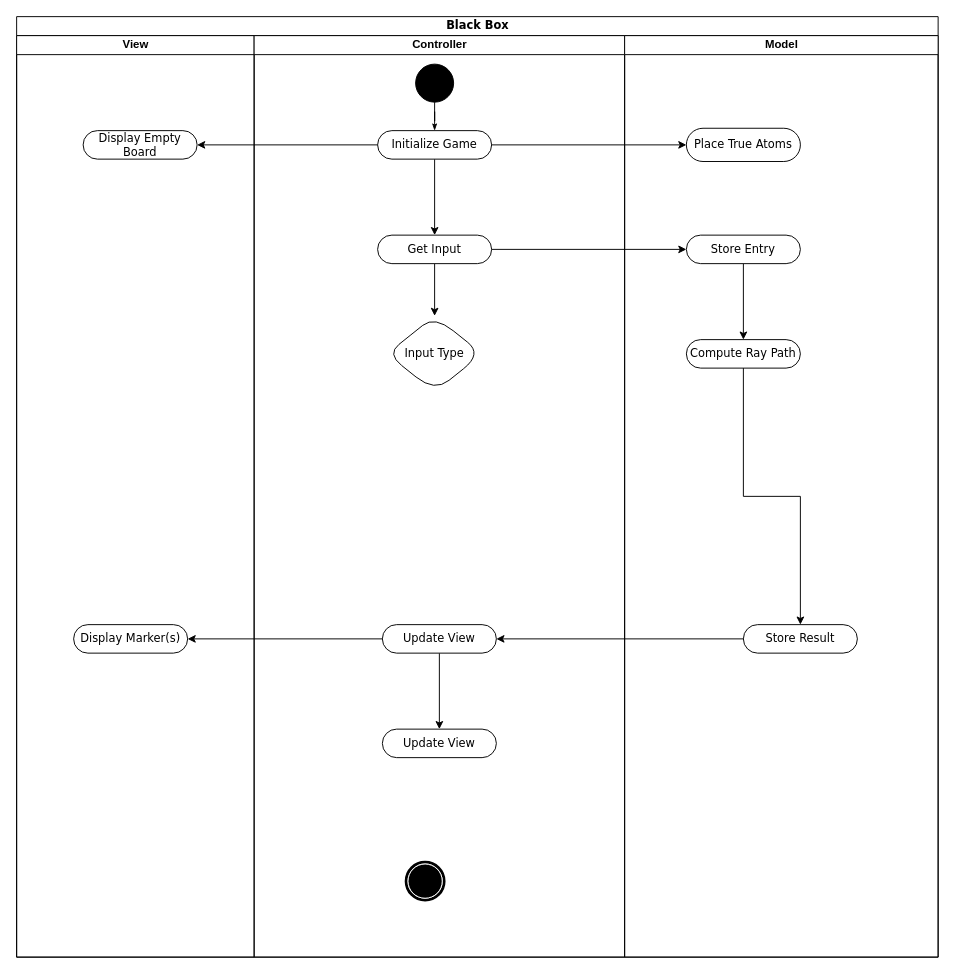
Above: UML-activity-diagram.drawio in Juutar/COMP20050SEP2-1 (draw.io), before the change. Source tidied: cells renumbered, new cells numbered last; positions are measured from the earlier drawing's top-left corner, leaving out a move shared by most shapes. Both pictures are drawn from the tidied source at 95%, with x=0, y=0 at pixel (16, 16).
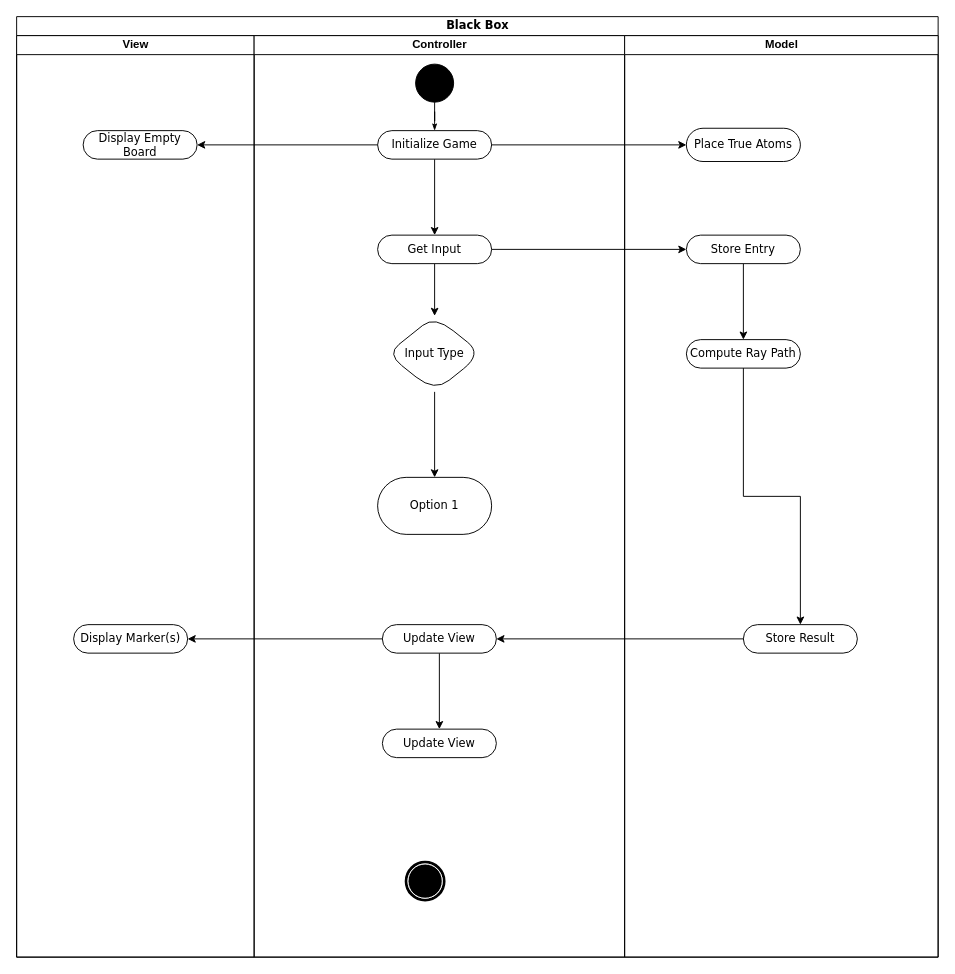
Above is the later version.

The change refers to these unchanged cells:
```xml
<mxCell id="5" value="Controller" style="swimlane;html=1;startSize=20;" parent="2" vertex="1">
  <mxGeometry x="250" y="20" width="390" height="970" as="geometry" />
</mxCell>
<mxCell id="13" value="Input Type" style="rhombus;whiteSpace=wrap;html=1;fontFamily=Verdana;rounded=1;shadow=0;comic=0;labelBackgroundColor=none;strokeWidth=1;arcSize=50;" parent="5" vertex="1">
  <mxGeometry x="140" y="295" width="100" height="80" as="geometry" />
</mxCell>
```

What changed in the source:
```diff
@@
+    <mxCell id="30" style="edgeStyle=orthogonalEdgeStyle;rounded=0;jettySize=auto;html=1;" parent="5" edge="1" source="13" target="31">
+      <mxGeometry relative="1" as="geometry" />
+    </mxCell>
@@
+    <mxCell id="31" value="Option 1" style="whiteSpace=wrap;html=1;fontFamily=Verdana;rounded=1;shadow=0;comic=0;labelBackgroundColor=none;strokeWidth=1;arcSize=50;" parent="5" vertex="1">
+      <mxGeometry x="130" y="465" width="120" height="60" as="geometry" />
+    </mxCell>
```
